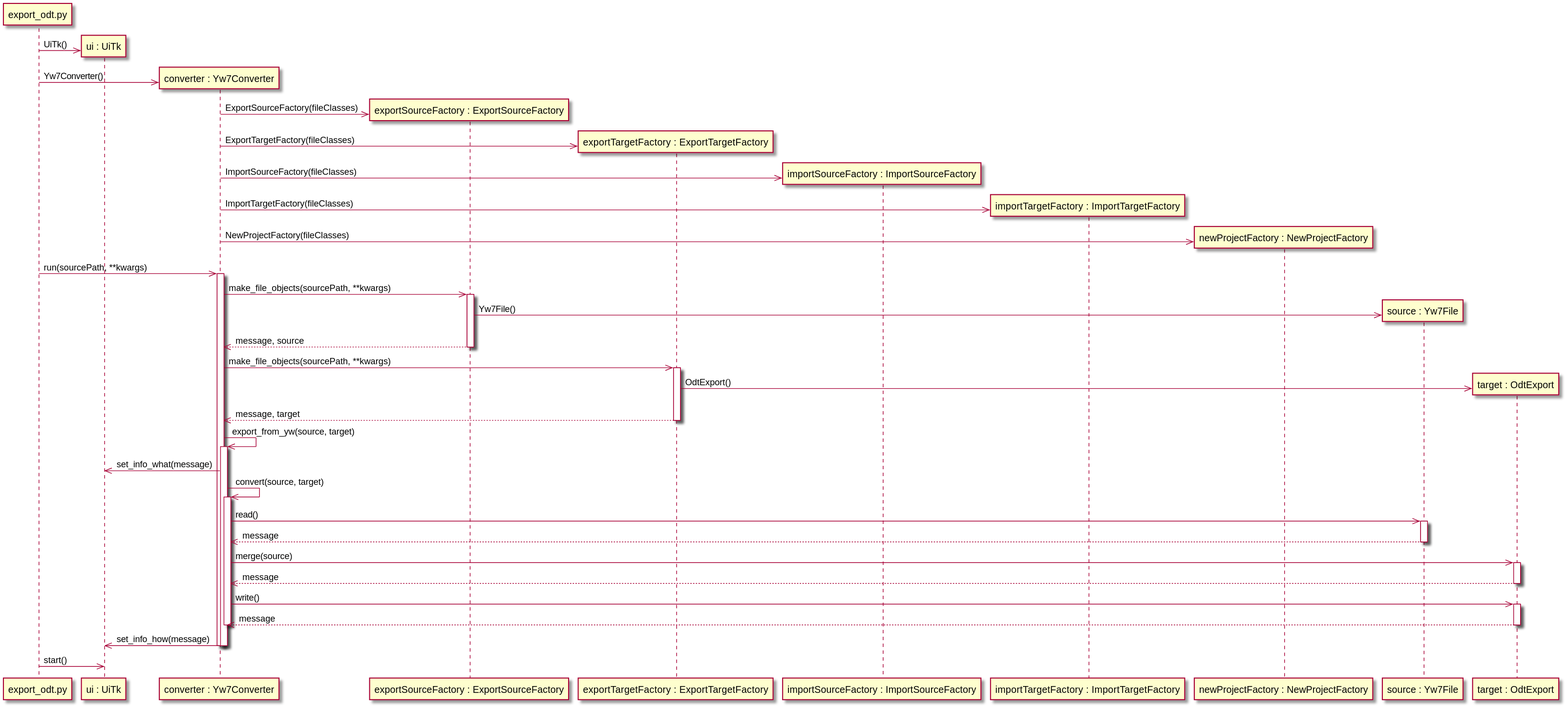
Earlier version of the PlantUML export docs/img/sd_export_odt_from_yw.svg (peter88213/PyWriter). Source of this version:
```plantuml
@startuml
create export_odt.py as script

create "ui : UiTk"
script ->> "ui : UiTk" : UiTk()

create "converter : Yw7Converter" as converter
script ->> converter : Yw7Converter()

create "exportSourceFactory : ExportSourceFactory" as exportSourceFactory
converter ->> exportSourceFactory : ExportSourceFactory(fileClasses)

create "exportTargetFactory : ExportTargetFactory" as exportTargetFactory
converter ->> exportTargetFactory : ExportTargetFactory(fileClasses)

create "importSourceFactory : ImportSourceFactory" as importSourceFactory
converter ->> importSourceFactory : ImportSourceFactory(fileClasses)

create "importTargetFactory : ImportTargetFactory" as importTargetFactory
converter ->> importTargetFactory : ImportTargetFactory(fileClasses)

create "newProjectFactory : NewProjectFactory" as newProjectFactory
converter ->> newProjectFactory : NewProjectFactory(fileClasses)

script ->> converter : run(sourcePath, **kwargs)

activate converter
converter ->> exportSourceFactory : make_file_objects(sourcePath, **kwargs)

activate exportSourceFactory
create "source : Yw7File" as source
exportSourceFactory ->> source : Yw7File()
exportSourceFactory -->> converter : message, source
deactivate exportSourceFactory

converter ->> exportTargetFactory : make_file_objects(sourcePath, **kwargs)

activate exportTargetFactory
create "target : OdtExport" as target
exportTargetFactory ->> target : OdtExport()
exportTargetFactory -->> converter : message, target
deactivate exportTargetFactory

converter ->> converter : export_from_yw(source, target)
activate converter
converter ->> "ui : UiTk" : set_info_what(message)
converter ->> converter : convert(source, target)
activate converter

converter ->> source : read()
activate source
source -->> converter : message
deactivate source

converter ->> target : merge(source)
activate target
target -->>  converter : message
deactivate target

converter ->> target : write()
activate target
target -->>  converter : message
deactivate converter
deactivate target

converter ->> "ui : UiTk" : set_info_how(message)
deactivate converter
deactivate converter

script ->> "ui : UiTk" : start()
@enduml
```
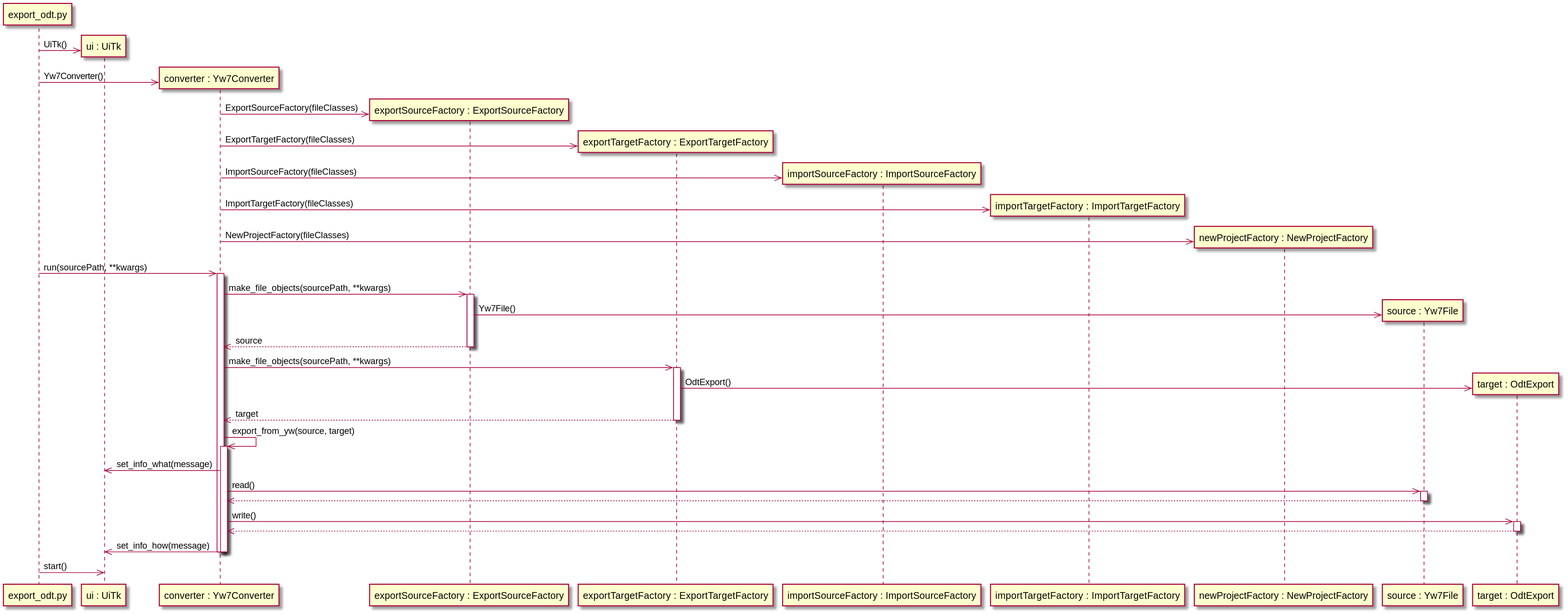
After the commit.

Diff of the diagram source:
```diff
@@ -30,7 +30,7 @@
 activate exportSourceFactory
 create "source : Yw7File" as source
 exportSourceFactory ->> source : Yw7File()
-exportSourceFactory -->> converter : message, source
+exportSourceFactory -->> converter : source
 deactivate exportSourceFactory
 
 converter ->> exportTargetFactory : make_file_objects(sourcePath, **kwargs)
@@ -38,29 +38,21 @@
 activate exportTargetFactory
 create "target : OdtExport" as target
 exportTargetFactory ->> target : OdtExport()
-exportTargetFactory -->> converter : message, target
+exportTargetFactory -->> converter : target
 deactivate exportTargetFactory
 
 converter ->> converter : export_from_yw(source, target)
 activate converter
 converter ->> "ui : UiTk" : set_info_what(message)
-converter ->> converter : convert(source, target)
-activate converter
 
 converter ->> source : read()
 activate source
-source -->> converter : message
+source -->> converter
 deactivate source
-
-converter ->> target : merge(source)
-activate target
-target -->>  converter : message
-deactivate target
 
 converter ->> target : write()
 activate target
-target -->>  converter : message
-deactivate converter
+target -->> converter
 deactivate target
 
 converter ->> "ui : UiTk" : set_info_how(message)
```
